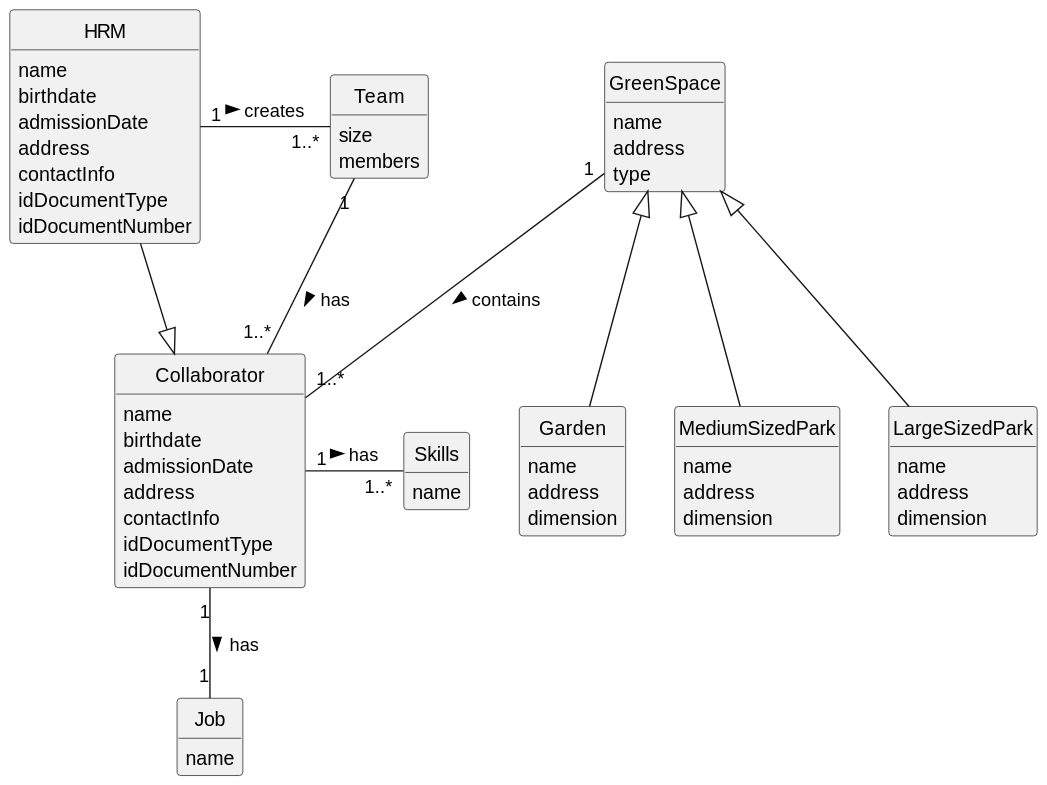
Before: docs/sprintA/us005/02.analysis/svg/us005-domain-model.svg, a diagram exported from PlantUML (diogoveirospro/lei-24-s2-1dg-g072).
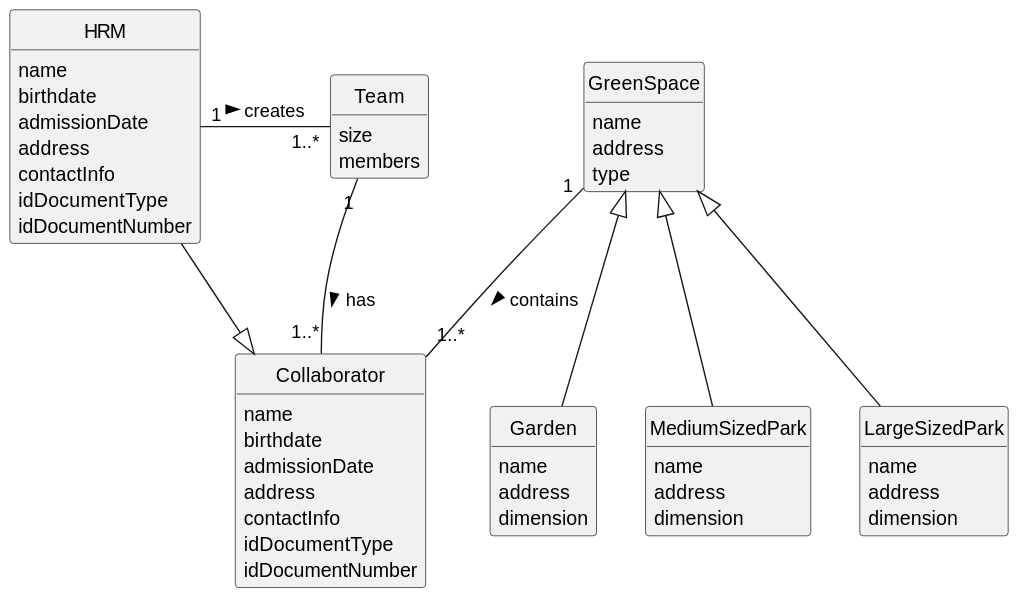
After the commit.

Commit message:
Changes to the domain models of US002 and US005.

The edit, as a diff of the source:
```diff
@@ -36,14 +36,6 @@
     idDocumentNumber
 }
 
-class Skills {
-    name
-}
-
-class Job {
-    name
-}
-
 class GreenSpace {
     name
     address
@@ -71,8 +63,6 @@
 
 HRM "1" - "1..*" Team : creates >
 Collaborator <|-- HRM
-Collaborator "1" - "1..*" Skills: has >
-Collaborator "1" -- "1" Job: has >
 Team "1" -- "1..*" Collaborator: has >
 GreenSpace "1" -- "1..*" Collaborator: contains >
 GreenSpace <|-- Garden
```
